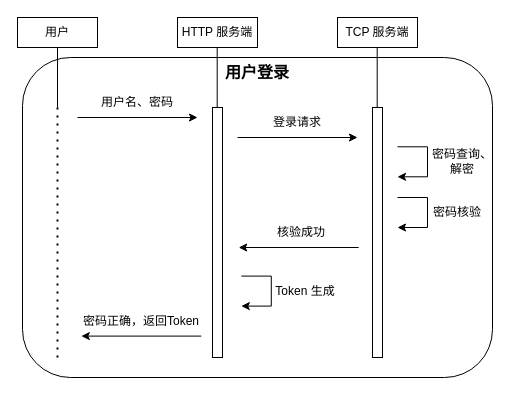
This is 文档材料/用户登录v2_删除分支.drawio from DingYuan0118/et_task, a draw.io file, before an edit. Source tidied: cells renumbered, new cells numbered last; positions are measured from the earlier drawing's top-left corner, leaving out a move shared by most shapes. Both pictures are drawn from the tidied source at 100%, with x=0, y=0 at pixel (17, 17).
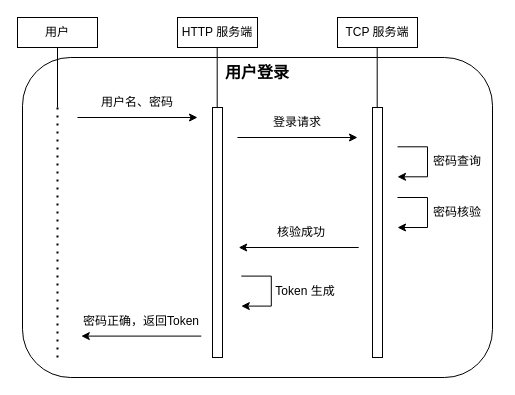
The same page after the edit.

The edit, as a diff of the source:
```diff
@@
-    <mxCell id="16" value="密码查询、解密" style="text;html=1;strokeColor=none;fillColor=none;align=center;verticalAlign=middle;whiteSpace=wrap;rounded=0;" parent="1" vertex="1">
-      <mxGeometry x="410" y="129.3" width="70" height="30" as="geometry" />
+    <mxCell id="16" value="密码查询" style="text;html=1;strokeColor=none;fillColor=none;align=center;verticalAlign=middle;whiteSpace=wrap;rounded=0;" parent="1" vertex="1">
+      <mxGeometry x="405" y="129.3" width="70" height="30" as="geometry" />
     </mxCell>
```
